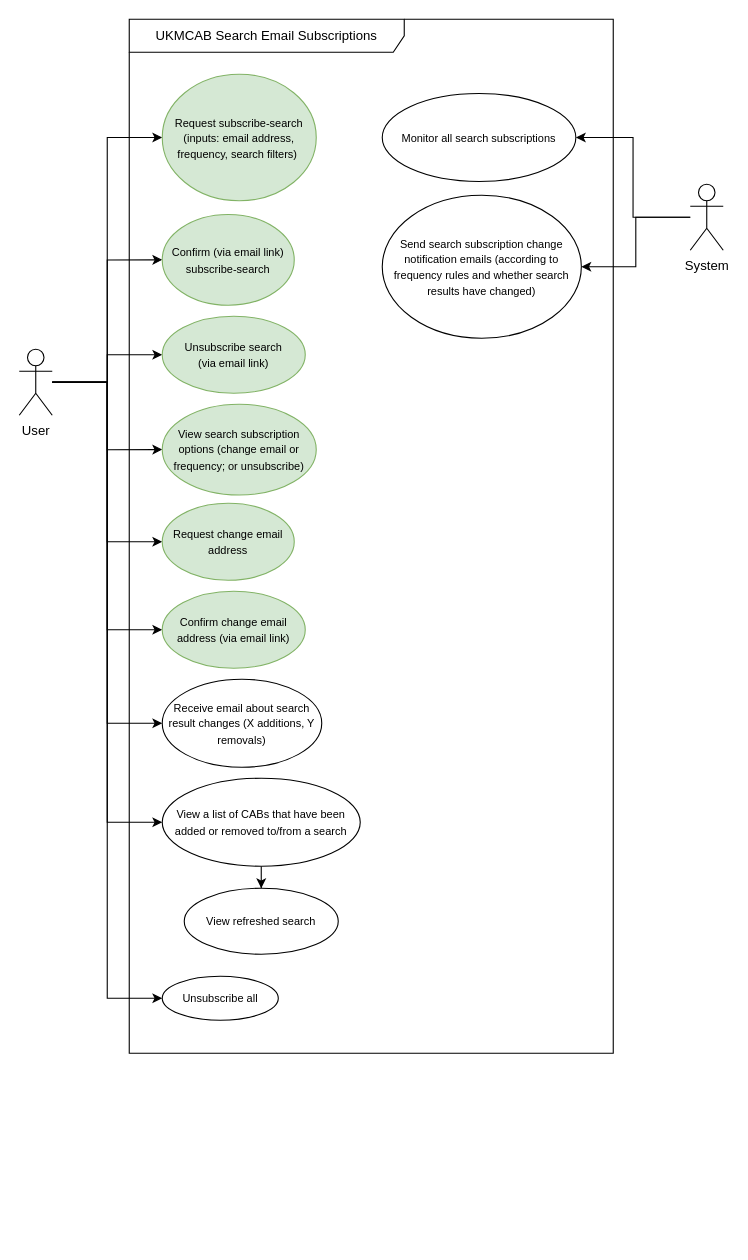
This is page "Search subscriptions" (1 of 2) of UKMCAB.Subscriptions/use_case.drawio from OfficeForProductSafetyAndStandards/ukmcab-subscriptions, a draw.io file, before an edit. Source tidied: cells renumbered, new cells numbered last; positions are measured from the earlier drawing's top-left corner, leaving out a move shared by most shapes. Both pictures are drawn from the tidied source at 110%, with x=0, y=0 at pixel (19, 19).
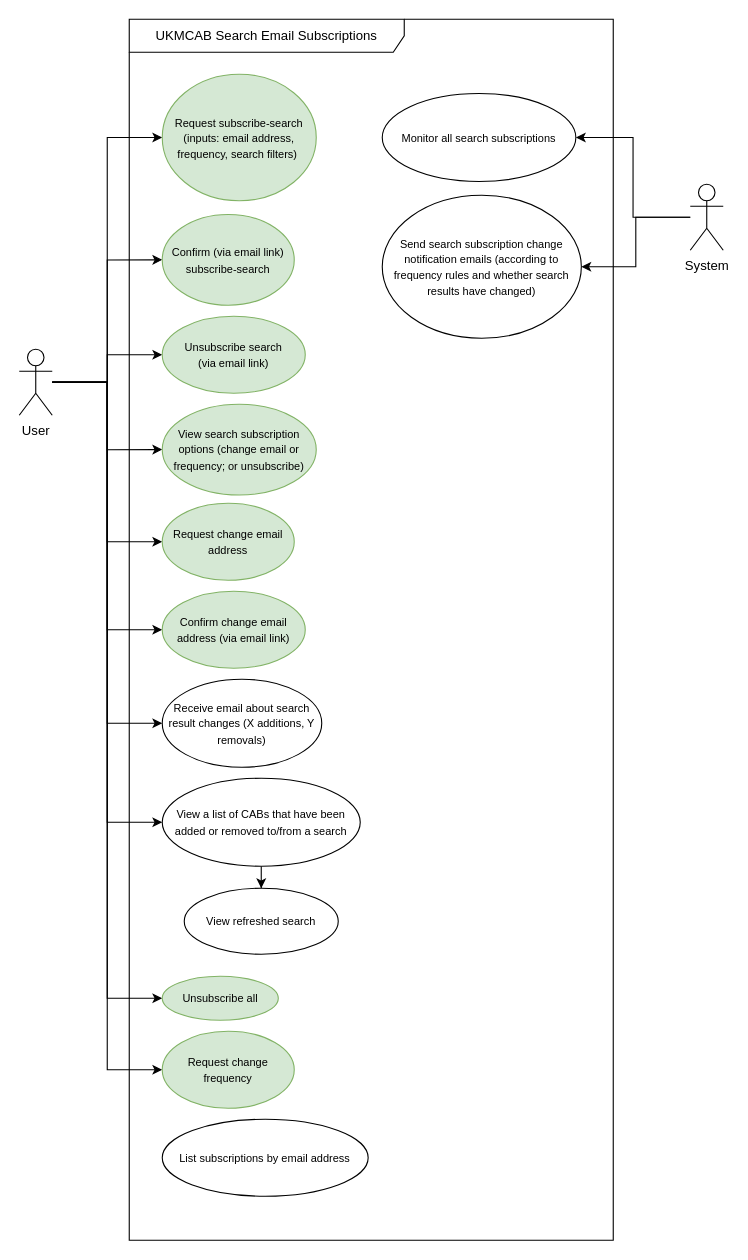
The same page after the edit.

Unchanged cells that the change refers to:
```xml
<mxCell id="12" value="User" style="shape=umlActor;verticalLabelPosition=bottom;verticalAlign=top;html=1;outlineConnect=0;" parent="1" vertex="1">
  <mxGeometry y="300" width="30" height="60" as="geometry" />
</mxCell>
```

The edit, as a diff of the source:
```diff
@@
     <mxCell id="2" value="UKMCAB Search Email Subscriptions" style="shape=umlFrame;whiteSpace=wrap;html=1;width=250;height=30;" parent="1" vertex="1">
-      <mxGeometry x="100" width="440" height="940" as="geometry" />
+      <mxGeometry x="100" width="440" height="1110" as="geometry" />
     </mxCell>
@@
+    <mxCell id="29" style="edgeStyle=orthogonalEdgeStyle;rounded=0;jettySize=auto;html=1;entryX=0;entryY=0.5;entryDx=0;entryDy=0;" parent="1" edge="1" source="12" target="30">
+      <mxGeometry relative="1" as="geometry" />
+    </mxCell>
@@
-    <mxCell id="28" value="&lt;span style=&quot;font-size: 10px;&quot;&gt;Unsubscribe all&lt;/span&gt;" style="ellipse;whiteSpace=wrap;html=1;" parent="1" vertex="1">
+    <mxCell id="28" value="&lt;span style=&quot;font-size: 10px;&quot;&gt;Unsubscribe all&lt;/span&gt;" style="ellipse;whiteSpace=wrap;html=1;fillColor=#d5e8d4;strokeColor=#82b366;" parent="1" vertex="1">
       <mxGeometry x="130" y="870" width="105.5" height="40" as="geometry" />
     </mxCell>
+    <mxCell id="30" value="&lt;font style=&quot;font-size: 10px;&quot;&gt;Request change frequency&lt;/font&gt;" style="ellipse;whiteSpace=wrap;html=1;fillColor=#d5e8d4;strokeColor=#82b366;" parent="1" vertex="1">
+      <mxGeometry x="130" y="920" width="120" height="70" as="geometry" />
+    </mxCell>
+    <mxCell id="31" value="&lt;font style=&quot;font-size: 10px;&quot;&gt;List subscriptions by email address&lt;/font&gt;" style="ellipse;whiteSpace=wrap;html=1;" parent="1" vertex="1">
+      <mxGeometry x="130" y="1000" width="187.2" height="70" as="geometry" />
+    </mxCell>
```
